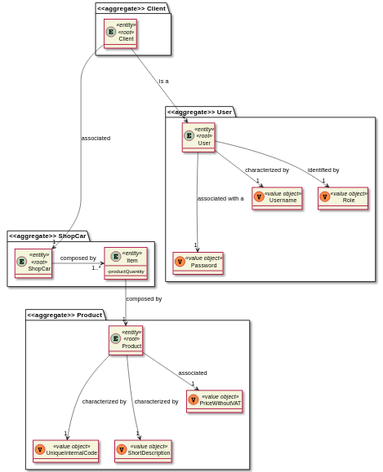
The PlantUML diagram docs/1201386/US1501/DM_ShoppingCart.svg in 0franciscor/lei21_22_s4_2de_01, before a commit.
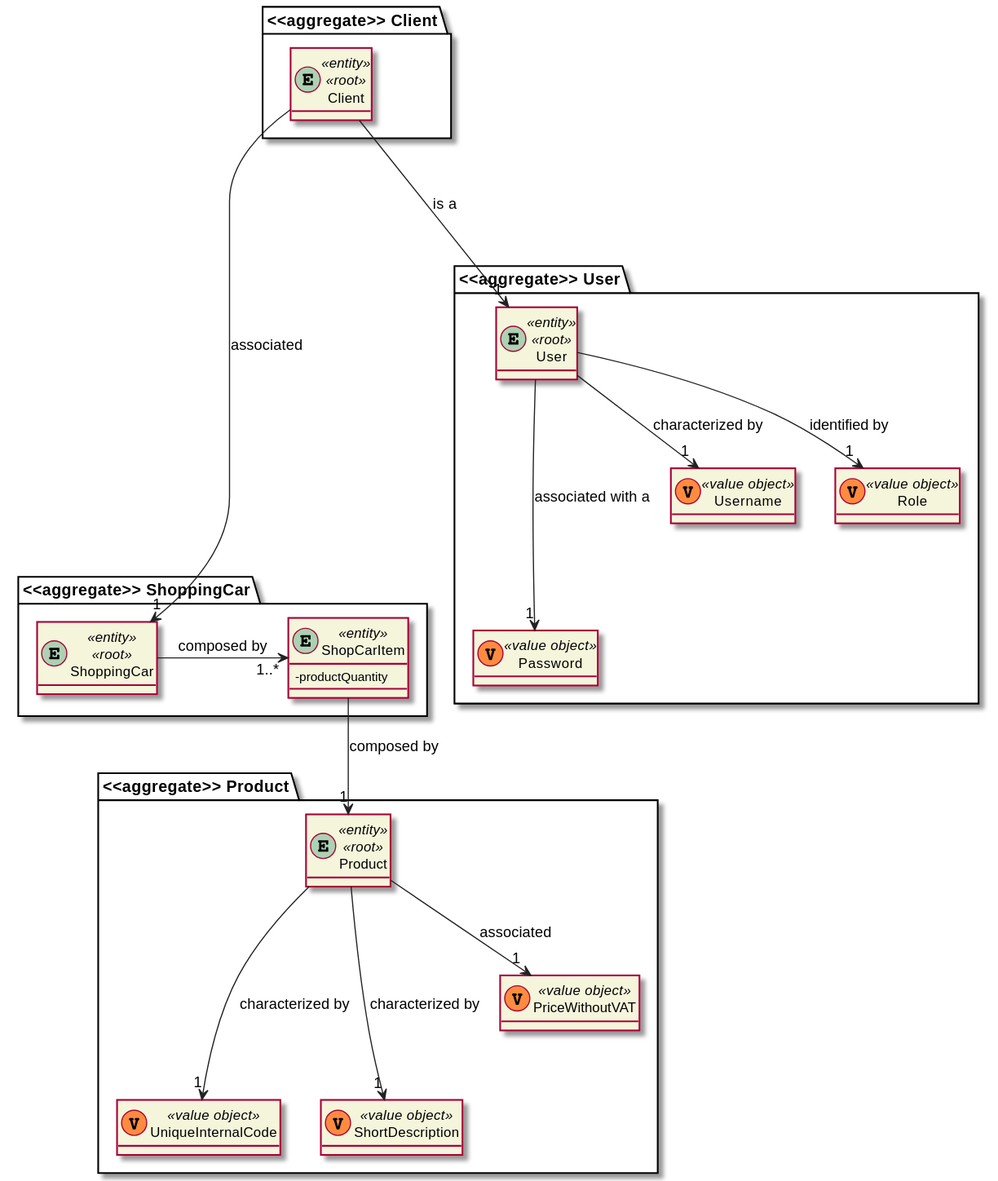
Later version of the same file.

Diff of the diagram source:
```diff
@@ -19,15 +19,15 @@
 entity Client <<entity>> <<root>> {
 
 }
-package "<<aggregate>> ShopCar"{
-    entity ShopCar
-    entity Item
+package "<<aggregate>> ShoppingCar"{
+    entity ShoppingCar
+    entity ShopCarItem
 }
 
-entity ShopCar <<entity>> <<root>>{
+entity ShoppingCar <<entity>> <<root>>{
 
 }
-entity Item <<entity>> {
+entity  ShopCarItem <<entity>> {
     -productQuantity
 
 }
@@ -68,10 +68,10 @@
 User --> "1" Role : identified by
 
 
-Client -----> "1" ShopCar : associated
+Client -----> "1" ShoppingCar : associated
 Client ---> "1" User : is a
-Item --> "1" Product : composed by
-ShopCar -> "1..*" Item : composed by
+ShopCarItem --> "1" Product : composed by
+ShoppingCar -> "1..*"  ShopCarItem : composed by
 
 Product ---> "1" ShortDescription: characterized by
 Product ---> "1" UniqueInternalCode: characterized by
```
